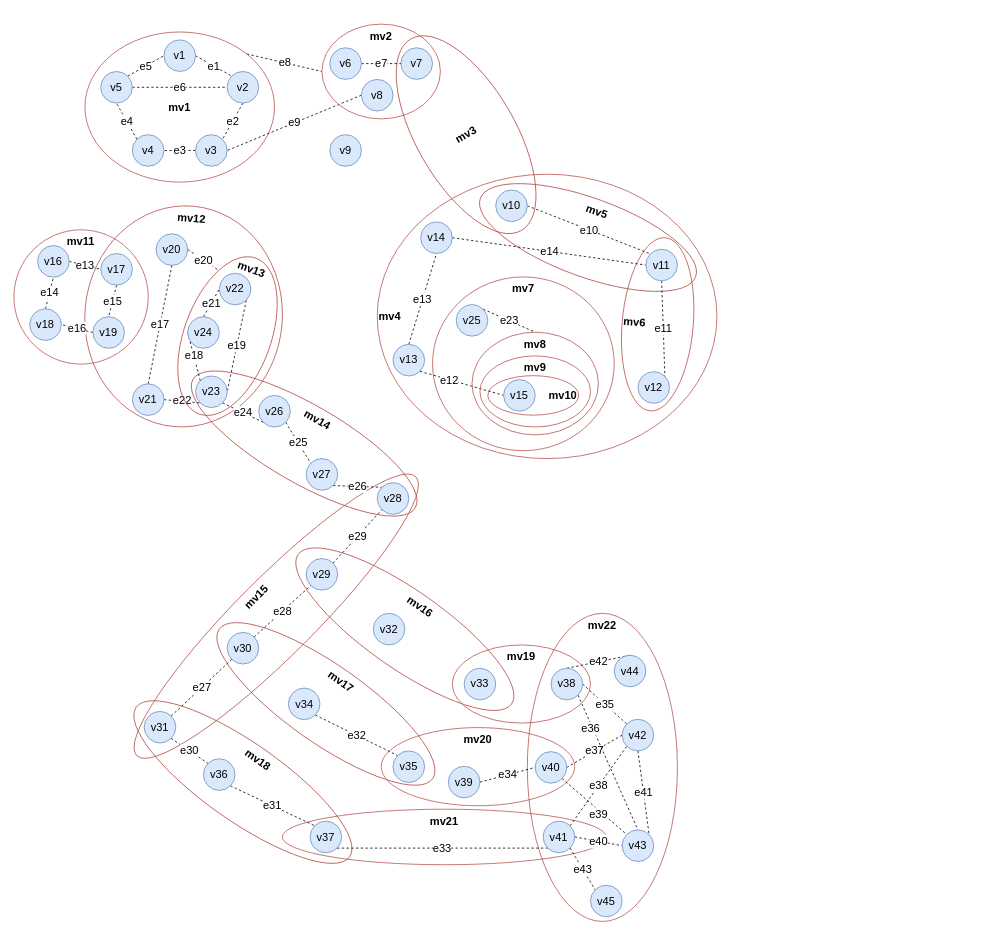
Above: Big metagraph.drawio in DMfananddu/MAG_Diploma (draw.io), before the change. Source tidied: cells renumbered, new cells numbered last; positions are measured from the earlier drawing's top-left corner, leaving out a move shared by most shapes. Both pictures are drawn from the tidied source at 79%, with x=0, y=0 at pixel (13, 24).
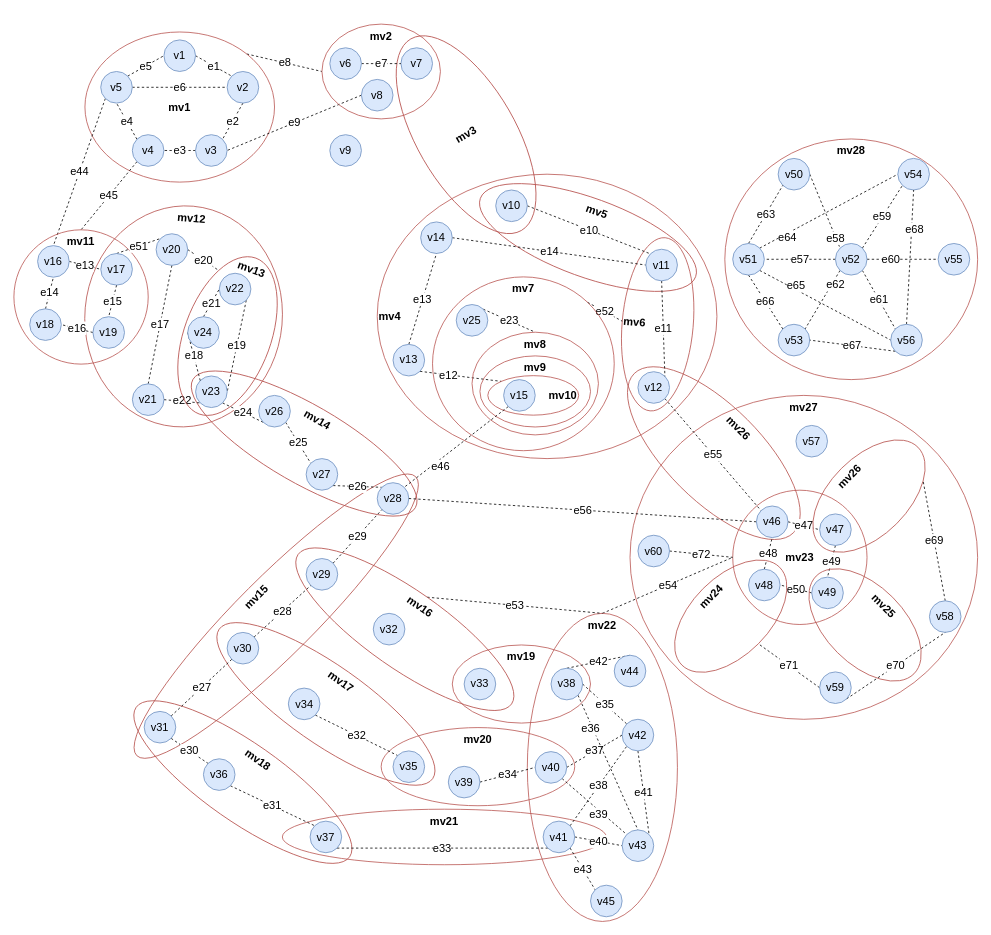
The same page after the edit.

The change refers to these unchanged cells:
```xml
<mxCell id="2" value="mv22" style="ellipse;whiteSpace=wrap;html=1;fillColor=none;strokeColor=#b85450;fontSize=14;fontStyle=1;verticalAlign=top;rotation=0;" parent="1" vertex="1">
  <mxGeometry x="650" y="745.9" width="190" height="390" as="geometry" />
</mxCell>
<mxCell id="9" value="mv16" style="ellipse;whiteSpace=wrap;html=1;fillColor=none;strokeColor=#b85450;fontSize=14;fontStyle=1;verticalAlign=top;rotation=35;" parent="1" vertex="1">
  <mxGeometry x="330" y="716.5" width="329.9" height="98.9" as="geometry" />
</mxCell>
<mxCell id="13" value="mv6" style="ellipse;whiteSpace=wrap;html=1;fontSize=14;strokeColor=#b85450;strokeWidth=1;fillColor=none;fontStyle=1;rotation=5;verticalAlign=middle;align=left;" parent="1" vertex="1">
  <mxGeometry x="770" y="270" width="90" height="220" as="geometry" />
</mxCell>
<mxCell id="15" value="mv7" style="ellipse;whiteSpace=wrap;html=1;fontSize=14;strokeColor=#b85450;strokeWidth=1;fillColor=none;fontStyle=1;rotation=0;verticalAlign=top;align=center;" parent="1" vertex="1">
  <mxGeometry x="530" y="320" width="230" height="220" as="geometry" />
</mxCell>
<mxCell id="21" value="v5" style="ellipse;whiteSpace=wrap;html=1;fillColor=#dae8fc;strokeColor=#6c8ebf;fontSize=14;" parent="1" vertex="1">
  <mxGeometry x="110" y="60" width="40" height="40" as="geometry" />
</mxCell>
<mxCell id="23" value="v4" style="ellipse;whiteSpace=wrap;html=1;fillColor=#dae8fc;strokeColor=#6c8ebf;fontSize=14;" parent="1" vertex="1">
  <mxGeometry x="150" y="140" width="40" height="40" as="geometry" />
</mxCell>
<mxCell id="41" value="v13" style="ellipse;whiteSpace=wrap;html=1;fillColor=#dae8fc;strokeColor=#6c8ebf;fontSize=14;" parent="1" vertex="1">
  <mxGeometry x="480" y="405.4" width="40" height="40" as="geometry" />
</mxCell>
<mxCell id="42" value="v12" style="ellipse;whiteSpace=wrap;html=1;fillColor=#dae8fc;strokeColor=#6c8ebf;fontSize=14;" parent="1" vertex="1">
  <mxGeometry x="790" y="440" width="40" height="40" as="geometry" />
</mxCell>
<mxCell id="49" value="mv10" style="ellipse;whiteSpace=wrap;html=1;fontSize=14;strokeColor=#b85450;strokeWidth=1;fillColor=none;fontStyle=1;rotation=0;verticalAlign=middle;align=right;" parent="1" vertex="1">
  <mxGeometry x="600" y="445" width="115" height="50" as="geometry" />
</mxCell>
<mxCell id="50" value="v15" style="ellipse;whiteSpace=wrap;html=1;fillColor=#dae8fc;strokeColor=#6c8ebf;fontSize=14;" parent="1" vertex="1">
  <mxGeometry x="620" y="450" width="40" height="40" as="geometry" />
</mxCell>
<mxCell id="51" value="mv11" style="ellipse;whiteSpace=wrap;html=1;fillColor=none;strokeColor=#b85450;fontStyle=1;fontSize=14;verticalAlign=top;" parent="1" vertex="1">
  <mxGeometry x="0.1" y="260.4" width="170" height="170" as="geometry" />
</mxCell>
<mxCell id="53" value="v16" style="ellipse;whiteSpace=wrap;html=1;fillColor=#dae8fc;strokeColor=#6c8ebf;fontSize=14;" parent="1" vertex="1">
  <mxGeometry x="30.1" y="280.4" width="40" height="40" as="geometry" />
</mxCell>
<mxCell id="55" value="v17" style="ellipse;whiteSpace=wrap;html=1;fillColor=#dae8fc;strokeColor=#6c8ebf;fontSize=14;" parent="1" vertex="1">
  <mxGeometry x="110.1" y="290.4" width="40" height="40" as="geometry" />
</mxCell>
<mxCell id="62" value="v20" style="ellipse;whiteSpace=wrap;html=1;fillColor=#dae8fc;strokeColor=#6c8ebf;fontSize=14;" parent="1" vertex="1">
  <mxGeometry x="180.1" y="265.4" width="40" height="40" as="geometry" />
</mxCell>
<mxCell id="79" value="v28" style="ellipse;whiteSpace=wrap;html=1;fillColor=#dae8fc;strokeColor=#6c8ebf;fontSize=14;" parent="1" vertex="1">
  <mxGeometry x="460" y="580.5" width="40" height="40" as="geometry" />
</mxCell>
```

Change to the diagram source:
```diff
@@
+    <mxCell id="114" value="mv27" style="ellipse;whiteSpace=wrap;html=1;fillColor=none;strokeColor=#b85450;fontSize=14;fontStyle=1;verticalAlign=top;rotation=0;" parent="1" vertex="1">
+      <mxGeometry x="780" y="470" width="440" height="410" as="geometry" />
+    </mxCell>
+    <mxCell id="115" value="mv26" style="ellipse;whiteSpace=wrap;html=1;fillColor=none;strokeColor=#b85450;fontSize=14;fontStyle=1;verticalAlign=top;rotation=45;" parent="1" vertex="1">
+      <mxGeometry x="743.6" y="483.1" width="285" height="120" as="geometry" />
+    </mxCell>
+    <mxCell id="116" value="e54" style="edgeStyle=none;rounded=0;jettySize=auto;html=1;exitX=0.5;exitY=0;exitDx=0;exitDy=0;entryX=0;entryY=0.5;entryDx=0;entryDy=0;dashed=1;fontSize=14;endArrow=none;endFill=0;" parent="1" edge="1" source="2" target="124">
+      <mxGeometry relative="1" as="geometry" />
+    </mxCell>
@@
+    <mxCell id="117" value="e53" style="edgeStyle=none;rounded=0;jettySize=auto;html=1;exitX=0.5;exitY=0;exitDx=0;exitDy=0;entryX=0.5;entryY=0;entryDx=0;entryDy=0;dashed=1;fontSize=14;endArrow=none;endFill=0;" parent="1" edge="1" source="9" target="2">
+      <mxGeometry relative="1" as="geometry" />
+    </mxCell>
@@
+    <mxCell id="118" value="e52" style="edgeStyle=none;rounded=0;jettySize=auto;html=1;exitX=1;exitY=0;exitDx=0;exitDy=0;entryX=0;entryY=0.5;entryDx=0;entryDy=0;dashed=1;fontSize=14;endArrow=none;endFill=0;" parent="1" edge="1" source="15" target="13">
+      <mxGeometry relative="1" as="geometry" />
+    </mxCell>
@@
+    <mxCell id="119" value="e44" style="edgeStyle=none;rounded=0;jettySize=auto;html=1;exitX=0;exitY=1;exitDx=0;exitDy=0;entryX=0.5;entryY=0;entryDx=0;entryDy=0;dashed=1;fontSize=14;endArrow=none;endFill=0;" parent="1" edge="1" source="21" target="53">
+      <mxGeometry relative="1" as="geometry" />
+    </mxCell>
@@
+    <mxCell id="120" value="e45" style="edgeStyle=none;rounded=0;jettySize=auto;html=1;exitX=0;exitY=1;exitDx=0;exitDy=0;entryX=0.5;entryY=0;entryDx=0;entryDy=0;dashed=1;fontSize=14;endArrow=none;endFill=0;" parent="1" edge="1" source="23" target="51">
+      <mxGeometry relative="1" as="geometry" />
+    </mxCell>
@@
-    <mxCell id="40" value="e12" style="edgeStyle=none;rounded=0;jettySize=auto;html=1;exitX=1;exitY=1;exitDx=0;exitDy=0;entryX=0;entryY=0.5;entryDx=0;entryDy=0;dashed=1;fontSize=14;endArrow=none;endFill=0;" parent="1" edge="1" source="41" target="50">
+    <mxCell id="40" value="e12" style="edgeStyle=none;rounded=0;jettySize=auto;html=1;exitX=1;exitY=1;exitDx=0;exitDy=0;entryX=0;entryY=0;entryDx=0;entryDy=0;dashed=1;fontSize=14;endArrow=none;endFill=0;" parent="1" edge="1" source="41" target="49">
       <mxGeometry x="-0.3" y="-1" relative="1" as="geometry" />
     </mxCell>
@@
+    <mxCell id="121" value="e55" style="edgeStyle=none;rounded=0;jettySize=auto;html=1;exitX=1;exitY=1;exitDx=0;exitDy=0;entryX=0;entryY=0;entryDx=0;entryDy=0;dashed=1;fontSize=14;endArrow=none;endFill=0;" parent="1" edge="1" source="42" target="127">
+      <mxGeometry relative="1" as="geometry" />
+    </mxCell>
@@
+    <mxCell id="122" value="e46" style="edgeStyle=none;rounded=0;jettySize=auto;html=1;exitX=0;exitY=1;exitDx=0;exitDy=0;entryX=1;entryY=0;entryDx=0;entryDy=0;dashed=1;fontSize=14;endArrow=none;endFill=0;" parent="1" edge="1" source="50" target="79">
+      <mxGeometry x="0.37" y="7" relative="1" as="geometry" />
+    </mxCell>
@@
+    <mxCell id="123" value="e51" style="edgeStyle=none;rounded=0;jettySize=auto;html=1;exitX=0.5;exitY=0;exitDx=0;exitDy=0;entryX=0;entryY=0;entryDx=0;entryDy=0;dashed=1;fontSize=14;endArrow=none;endFill=0;" parent="1" edge="1" source="55" target="62">
+      <mxGeometry relative="1" as="geometry" />
+    </mxCell>
@@
+    <mxCell id="124" value="mv23" style="ellipse;whiteSpace=wrap;html=1;fillColor=none;strokeColor=#b85450;fontStyle=1;fontSize=14;verticalAlign=middle;" parent="1" vertex="1">
+      <mxGeometry x="910" y="590" width="170" height="170" as="geometry" />
+    </mxCell>
+    <mxCell id="125" value="e47" style="edgeStyle=none;rounded=0;jettySize=auto;html=1;exitX=1;exitY=0.5;exitDx=0;exitDy=0;entryX=0;entryY=0.5;entryDx=0;entryDy=0;dashed=1;fontSize=14;endArrow=none;endFill=0;" parent="1" edge="1" source="127" target="129">
+      <mxGeometry relative="1" as="geometry" />
+    </mxCell>
+    <mxCell id="126" value="e56" style="edgeStyle=none;rounded=0;jettySize=auto;html=1;exitX=0;exitY=0.5;exitDx=0;exitDy=0;entryX=1;entryY=0.5;entryDx=0;entryDy=0;dashed=1;fontSize=14;endArrow=none;endFill=0;" parent="1" edge="1" source="127" target="79">
+      <mxGeometry relative="1" as="geometry" />
+    </mxCell>
+    <mxCell id="127" value="v46" style="ellipse;whiteSpace=wrap;html=1;fillColor=#dae8fc;strokeColor=#6c8ebf;fontSize=14;" parent="1" vertex="1">
+      <mxGeometry x="940" y="610" width="40" height="40" as="geometry" />
+    </mxCell>
+    <mxCell id="128" value="e49" style="edgeStyle=none;rounded=0;jettySize=auto;html=1;exitX=0.5;exitY=1;exitDx=0;exitDy=0;entryX=0.5;entryY=0;entryDx=0;entryDy=0;dashed=1;fontSize=14;endArrow=none;endFill=0;" parent="1" edge="1" source="129" target="133">
+      <mxGeometry relative="1" as="geometry" />
+    </mxCell>
+    <mxCell id="129" value="v47" style="ellipse;whiteSpace=wrap;html=1;fillColor=#dae8fc;strokeColor=#6c8ebf;fontSize=14;" parent="1" vertex="1">
+      <mxGeometry x="1020" y="620" width="40" height="40" as="geometry" />
+    </mxCell>
+    <mxCell id="130" value="e48" style="rounded=0;jettySize=auto;html=1;exitX=0.5;exitY=0;exitDx=0;exitDy=0;entryX=0.5;entryY=1;entryDx=0;entryDy=0;fontSize=14;endArrow=none;endFill=0;dashed=1;" parent="1" edge="1" source="131" target="127">
+      <mxGeometry relative="1" as="geometry" />
+    </mxCell>
+    <mxCell id="131" value="v48" style="ellipse;whiteSpace=wrap;html=1;fillColor=#dae8fc;strokeColor=#6c8ebf;fontSize=14;" parent="1" vertex="1">
+      <mxGeometry x="930" y="690" width="40" height="40" as="geometry" />
+    </mxCell>
+    <mxCell id="132" value="e50" style="edgeStyle=none;rounded=0;jettySize=auto;html=1;exitX=0;exitY=0.5;exitDx=0;exitDy=0;entryX=1;entryY=0.5;entryDx=0;entryDy=0;dashed=1;fontSize=14;endArrow=none;endFill=0;" parent="1" edge="1" source="133" target="131">
+      <mxGeometry relative="1" as="geometry" />
+    </mxCell>
+    <mxCell id="133" value="v49" style="ellipse;whiteSpace=wrap;html=1;fillColor=#dae8fc;strokeColor=#6c8ebf;fontSize=14;" parent="1" vertex="1">
+      <mxGeometry x="1010" y="700" width="40" height="40" as="geometry" />
+    </mxCell>
+    <mxCell id="134" value="mv24" style="ellipse;whiteSpace=wrap;html=1;fillColor=none;strokeColor=#b85450;fontSize=14;fontStyle=1;verticalAlign=top;rotation=-45;" parent="1" vertex="1">
+      <mxGeometry x="820" y="700" width="175" height="98.9" as="geometry" />
+    </mxCell>
+    <mxCell id="135" value="mv26" style="ellipse;whiteSpace=wrap;html=1;fillColor=none;strokeColor=#b85450;fontSize=14;fontStyle=1;verticalAlign=top;rotation=-45;" parent="1" vertex="1">
+      <mxGeometry x="995" y="548" width="175" height="98.9" as="geometry" />
+    </mxCell>
+    <mxCell id="136" value="mv25" style="ellipse;whiteSpace=wrap;html=1;fillColor=none;strokeColor=#b85450;fontSize=14;fontStyle=1;verticalAlign=top;rotation=45;" parent="1" vertex="1">
+      <mxGeometry x="990" y="711.1" width="175" height="98.9" as="geometry" />
+    </mxCell>
+    <mxCell id="137" value="mv28" style="ellipse;whiteSpace=wrap;html=1;fillColor=none;strokeColor=#b85450;fontSize=14;fontStyle=1;rotation=0;verticalAlign=top;" parent="1" vertex="1">
+      <mxGeometry x="900" y="145.4" width="320" height="304.6" as="geometry" />
+    </mxCell>
+    <mxCell id="138" value="e58" style="edgeStyle=none;rounded=0;jettySize=auto;html=1;exitX=1;exitY=0.5;exitDx=0;exitDy=0;entryX=0;entryY=0;entryDx=0;entryDy=0;dashed=1;fontSize=14;endArrow=none;endFill=0;" parent="1" edge="1" source="139" target="150">
+      <mxGeometry x="0.71" relative="1" as="geometry">
+        <mxPoint y="1" as="offset" />
+      </mxGeometry>
+    </mxCell>
+    <mxCell id="139" value="v50" style="ellipse;whiteSpace=wrap;html=1;fillColor=#dae8fc;strokeColor=#6c8ebf;fontSize=14;" parent="1" vertex="1">
+      <mxGeometry x="967.5" y="170" width="40" height="40" as="geometry" />
+    </mxCell>
+    <mxCell id="140" value="e63" style="edgeStyle=none;rounded=0;jettySize=auto;html=1;exitX=0.5;exitY=0;exitDx=0;exitDy=0;entryX=0;entryY=1;entryDx=0;entryDy=0;dashed=1;fontSize=14;endArrow=none;endFill=0;" parent="1" edge="1" source="144" target="139">
+      <mxGeometry relative="1" as="geometry" />
+    </mxCell>
+    <mxCell id="141" value="e66" style="edgeStyle=none;rounded=0;jettySize=auto;html=1;exitX=0.5;exitY=1;exitDx=0;exitDy=0;entryX=0;entryY=0;entryDx=0;entryDy=0;dashed=1;fontSize=14;endArrow=none;endFill=0;" parent="1" edge="1" source="144" target="151">
+      <mxGeometry relative="1" as="geometry" />
+    </mxCell>
+    <mxCell id="142" value="e64" style="edgeStyle=none;rounded=0;jettySize=auto;html=1;exitX=1;exitY=0;exitDx=0;exitDy=0;entryX=0;entryY=0.5;entryDx=0;entryDy=0;dashed=1;fontSize=14;endArrow=none;endFill=0;" parent="1" edge="1" source="144" target="152">
+      <mxGeometry x="-0.62" y="-5" relative="1" as="geometry">
+        <mxPoint x="-1" as="offset" />
+      </mxGeometry>
+    </mxCell>
+    <mxCell id="143" value="e65" style="edgeStyle=none;rounded=0;jettySize=auto;html=1;exitX=1;exitY=1;exitDx=0;exitDy=0;entryX=0;entryY=0.5;entryDx=0;entryDy=0;dashed=1;fontSize=14;endArrow=none;endFill=0;" parent="1" edge="1" source="144" target="156">
+      <mxGeometry x="-0.48" y="6" relative="1" as="geometry">
+        <mxPoint y="1" as="offset" />
+      </mxGeometry>
+    </mxCell>
+    <mxCell id="144" value="v51" style="ellipse;whiteSpace=wrap;html=1;fillColor=#dae8fc;strokeColor=#6c8ebf;fontSize=14;" parent="1" vertex="1">
+      <mxGeometry x="910" y="277.7" width="40" height="40" as="geometry" />
+    </mxCell>
+    <mxCell id="145" value="e62" style="edgeStyle=none;rounded=0;jettySize=auto;html=1;exitX=0;exitY=1;exitDx=0;exitDy=0;entryX=1;entryY=0;entryDx=0;entryDy=0;dashed=1;fontSize=14;endArrow=none;endFill=0;" parent="1" edge="1" source="150" target="151">
+      <mxGeometry x="-0.57" y="4" relative="1" as="geometry" />
+    </mxCell>
+    <mxCell id="146" value="e57" style="edgeStyle=none;rounded=0;jettySize=auto;html=1;exitX=0;exitY=0.5;exitDx=0;exitDy=0;dashed=1;fontSize=14;endArrow=none;endFill=0;entryX=1;entryY=0.5;entryDx=0;entryDy=0;" parent="1" edge="1" source="150" target="144">
+      <mxGeometry relative="1" as="geometry" />
+    </mxCell>
+    <mxCell id="147" value="e59" style="edgeStyle=none;rounded=0;jettySize=auto;html=1;exitX=1;exitY=0;exitDx=0;exitDy=0;entryX=0;entryY=1;entryDx=0;entryDy=0;dashed=1;fontSize=14;endArrow=none;endFill=0;" parent="1" edge="1" source="150" target="152">
+      <mxGeometry relative="1" as="geometry" />
+    </mxCell>
+    <mxCell id="148" value="e60" style="edgeStyle=none;rounded=0;jettySize=auto;html=1;exitX=1;exitY=0.5;exitDx=0;exitDy=0;entryX=0;entryY=0.5;entryDx=0;entryDy=0;dashed=1;fontSize=14;endArrow=none;endFill=0;" parent="1" edge="1" source="150" target="153">
+      <mxGeometry x="-0.33" relative="1" as="geometry" />
+    </mxCell>
+    <mxCell id="149" value="e61" style="edgeStyle=none;rounded=0;jettySize=auto;html=1;exitX=1;exitY=1;exitDx=0;exitDy=0;entryX=0;entryY=0;entryDx=0;entryDy=0;dashed=1;fontSize=14;endArrow=none;endFill=0;" parent="1" edge="1" source="150" target="156">
+      <mxGeometry relative="1" as="geometry" />
+    </mxCell>
+    <mxCell id="150" value="v52" style="ellipse;whiteSpace=wrap;html=1;fillColor=#dae8fc;strokeColor=#6c8ebf;fontSize=14;" parent="1" vertex="1">
+      <mxGeometry x="1040" y="277.7" width="40" height="40" as="geometry" />
+    </mxCell>
+    <mxCell id="151" value="v53" style="ellipse;whiteSpace=wrap;html=1;fillColor=#dae8fc;strokeColor=#6c8ebf;fontSize=14;" parent="1" vertex="1">
+      <mxGeometry x="967.5" y="380" width="40" height="40" as="geometry" />
+    </mxCell>
+    <mxCell id="152" value="v54" style="ellipse;whiteSpace=wrap;html=1;fillColor=#dae8fc;strokeColor=#6c8ebf;fontSize=14;" parent="1" vertex="1">
+      <mxGeometry x="1119" y="170" width="40" height="40" as="geometry" />
+    </mxCell>
+    <mxCell id="153" value="v55" style="ellipse;whiteSpace=wrap;html=1;fillColor=#dae8fc;strokeColor=#6c8ebf;fontSize=14;" parent="1" vertex="1">
+      <mxGeometry x="1170" y="277.7" width="40" height="40" as="geometry" />
+    </mxCell>
+    <mxCell id="154" value="e68" style="edgeStyle=none;rounded=0;jettySize=auto;html=1;exitX=0.5;exitY=0;exitDx=0;exitDy=0;entryX=0.5;entryY=1;entryDx=0;entryDy=0;dashed=1;fontSize=14;endArrow=none;endFill=0;" parent="1" edge="1" source="156" target="152">
+      <mxGeometry x="0.41" y="-4" relative="1" as="geometry" />
+    </mxCell>
+    <mxCell id="155" value="e67" style="edgeStyle=none;rounded=0;jettySize=auto;html=1;exitX=0;exitY=1;exitDx=0;exitDy=0;entryX=1;entryY=0.5;entryDx=0;entryDy=0;dashed=1;fontSize=14;endArrow=none;endFill=0;" parent="1" edge="1" source="156" target="151">
+      <mxGeometry relative="1" as="geometry" />
+    </mxCell>
+    <mxCell id="156" value="v56" style="ellipse;whiteSpace=wrap;html=1;fillColor=#dae8fc;strokeColor=#6c8ebf;fontSize=14;" parent="1" vertex="1">
+      <mxGeometry x="1110" y="380" width="40" height="40" as="geometry" />
+    </mxCell>
+    <mxCell id="157" value="v57" style="ellipse;whiteSpace=wrap;html=1;fillColor=#dae8fc;strokeColor=#6c8ebf;fontSize=14;" parent="1" vertex="1">
+      <mxGeometry x="990" y="508" width="40" height="40" as="geometry" />
+    </mxCell>
+    <mxCell id="158" value="e69" style="edgeStyle=none;rounded=0;jettySize=auto;html=1;exitX=0.5;exitY=0;exitDx=0;exitDy=0;entryX=1;entryY=1;entryDx=0;entryDy=0;dashed=1;fontSize=14;endArrow=none;endFill=0;" parent="1" edge="1" source="159" target="135">
+      <mxGeometry relative="1" as="geometry" />
+    </mxCell>
+    <mxCell id="159" value="v58" style="ellipse;whiteSpace=wrap;html=1;fillColor=#dae8fc;strokeColor=#6c8ebf;fontSize=14;" parent="1" vertex="1">
+      <mxGeometry x="1159" y="730" width="40" height="40" as="geometry" />
+    </mxCell>
+    <mxCell id="160" value="e71" style="edgeStyle=none;rounded=0;jettySize=auto;html=1;exitX=0;exitY=0.5;exitDx=0;exitDy=0;entryX=0.5;entryY=1;entryDx=0;entryDy=0;dashed=1;fontSize=14;endArrow=none;endFill=0;" parent="1" edge="1" source="162" target="134">
+      <mxGeometry relative="1" as="geometry" />
+    </mxCell>
+    <mxCell id="161" value="e70" style="edgeStyle=none;rounded=0;jettySize=auto;html=1;exitX=1;exitY=1;exitDx=0;exitDy=0;entryX=0.5;entryY=1;entryDx=0;entryDy=0;dashed=1;fontSize=14;endArrow=none;endFill=0;" parent="1" edge="1" source="162" target="159">
+      <mxGeometry relative="1" as="geometry" />
+    </mxCell>
+    <mxCell id="162" value="v59" style="ellipse;whiteSpace=wrap;html=1;fillColor=#dae8fc;strokeColor=#6c8ebf;fontSize=14;" parent="1" vertex="1">
+      <mxGeometry x="1020" y="820" width="40" height="40" as="geometry" />
+    </mxCell>
+    <mxCell id="163" value="e72" style="edgeStyle=none;rounded=0;jettySize=auto;html=1;exitX=1;exitY=0.5;exitDx=0;exitDy=0;entryX=0;entryY=0.5;entryDx=0;entryDy=0;dashed=1;fontSize=14;endArrow=none;endFill=0;" parent="1" edge="1" source="164" target="124">
+      <mxGeometry relative="1" as="geometry" />
+    </mxCell>
+    <mxCell id="164" value="v60" style="ellipse;whiteSpace=wrap;html=1;fillColor=#dae8fc;strokeColor=#6c8ebf;fontSize=14;" parent="1" vertex="1">
+      <mxGeometry x="790" y="647" width="40" height="40" as="geometry" />
+    </mxCell>
```
